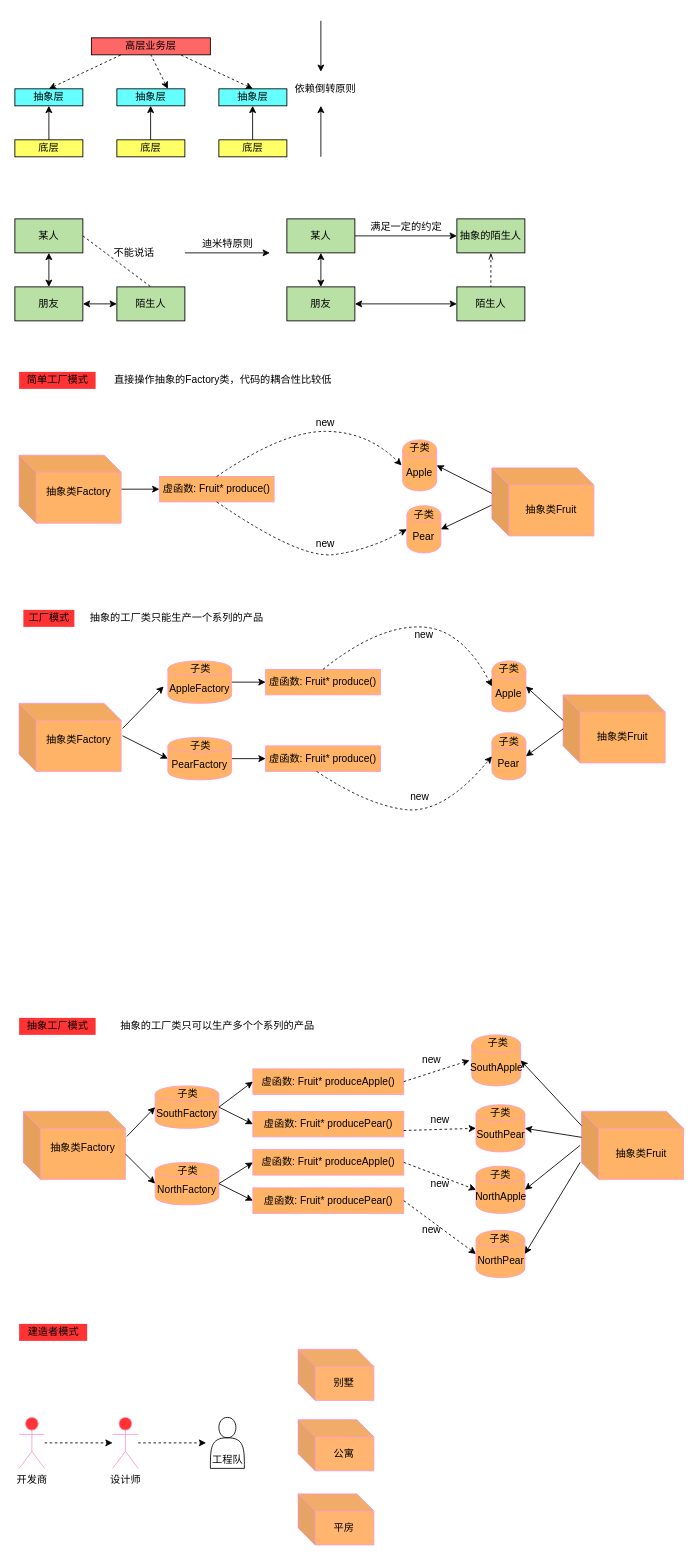
This is DesignPattern/设计模式.drawio from JohnJeep/Learning-CS-Journey, a draw.io file, before an edit. Source tidied: cells renumbered, new cells numbered last; positions are measured from the earlier drawing's top-left corner, leaving out a move shared by most shapes. Both pictures are drawn from the tidied source at 85%, with x=0, y=0 at pixel (14, 20).
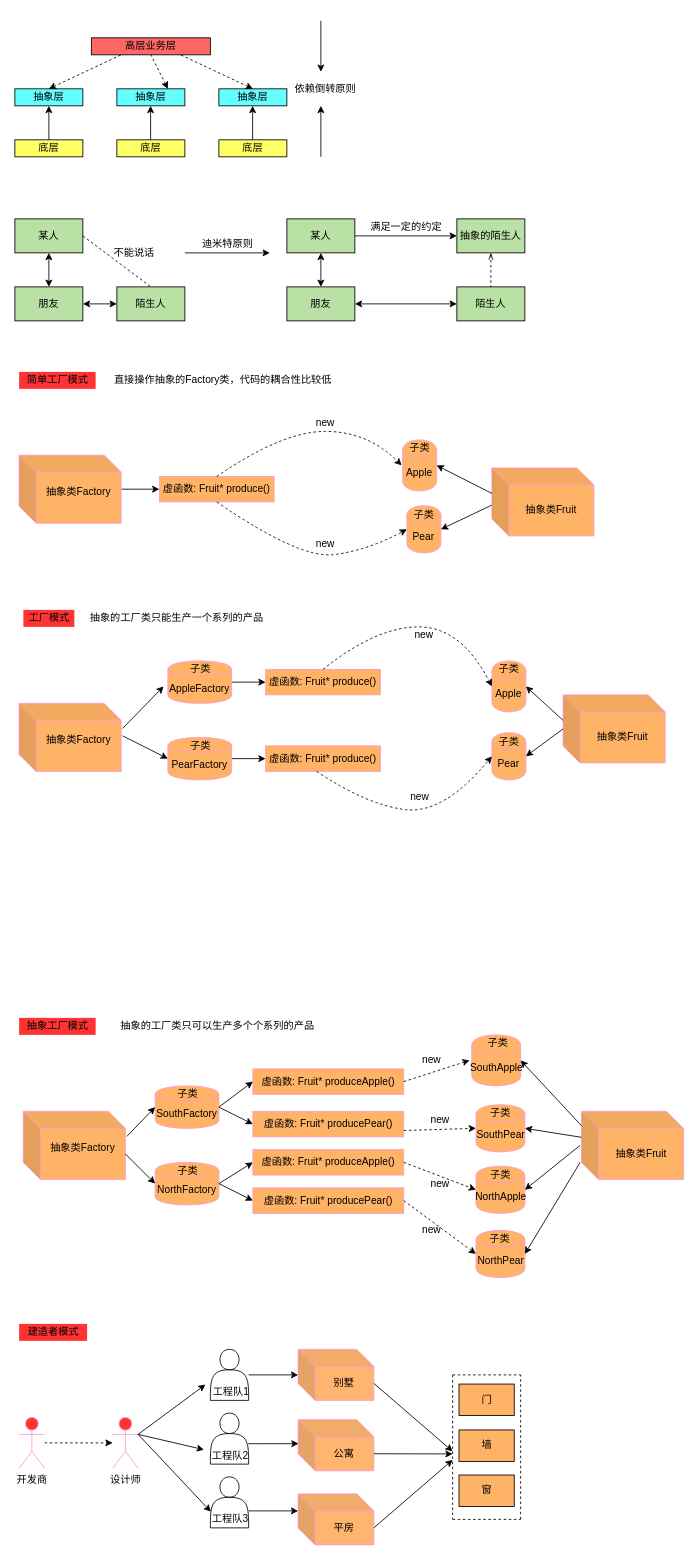
The same diagram, later.

The change refers to these unchanged cells:
```xml
<mxCell id="120" value="设计师" style="shape=umlActor;verticalLabelPosition=bottom;labelBackgroundColor=#ffffff;verticalAlign=top;html=1;outlineConnect=0;shadow=0;strokeColor=#FF99CC;fillColor=#FF3333;" parent="1" vertex="1">
  <mxGeometry x="115" y="1643" width="30" height="60" as="geometry" />
</mxCell>
<mxCell id="121" value="别墅" style="shape=cube;whiteSpace=wrap;html=1;boundedLbl=1;backgroundOutline=1;darkOpacity=0.05;darkOpacity2=0.1;shadow=0;strokeColor=#FF99CC;fillColor=#FFB570;" parent="1" vertex="1">
  <mxGeometry x="333.3" y="1563" width="89" height="60" as="geometry" />
</mxCell>
<mxCell id="124" value="平房" style="shape=cube;whiteSpace=wrap;html=1;boundedLbl=1;backgroundOutline=1;darkOpacity=0.05;darkOpacity2=0.1;shadow=0;strokeColor=#FF99CC;fillColor=#FFB570;" parent="1" vertex="1">
  <mxGeometry x="333.3" y="1733" width="89" height="60" as="geometry" />
</mxCell>
<mxCell id="125" value="公寓" style="shape=cube;whiteSpace=wrap;html=1;boundedLbl=1;backgroundOutline=1;darkOpacity=0.05;darkOpacity2=0.1;shadow=0;strokeColor=#FF99CC;fillColor=#FFB570;" parent="1" vertex="1">
  <mxGeometry x="333.3" y="1645.8" width="89" height="60" as="geometry" />
</mxCell>
```

The edit, as a diff of the source:
```diff
@@
-    <mxCell id="119" style="edgeStyle=orthogonalEdgeStyle;rounded=0;jettySize=auto;html=1;dashed=1;startArrow=none;startFill=0;endArrow=classic;endFill=1;" parent="1" edge="1" source="120">
-      <mxGeometry relative="1" as="geometry">
-        <mxPoint x="225" y="1673" as="targetPoint" />
-      </mxGeometry>
-    </mxCell>
@@
+    <mxCell id="126" style="edgeStyle=orthogonalEdgeStyle;rounded=0;jettySize=auto;html=1;" parent="1" edge="1" source="122" target="121">
+      <mxGeometry relative="1" as="geometry" />
+    </mxCell>
     <mxCell id="122" style="shape=actor;whiteSpace=wrap;html=1;shadow=0;strokeColor=#000000;fillColor=#FFFFFF;" parent="1" vertex="1">
-      <mxGeometry x="230" y="1643" width="40" height="60" as="geometry" />
+      <mxGeometry x="230" y="1563" width="45" height="60" as="geometry" />
     </mxCell>
-    <mxCell id="123" value="工程队" style="text;html=1;align=center;verticalAlign=middle;points=[];" parent="1" vertex="1">
-      <mxGeometry x="225" y="1683" width="50" height="20" as="geometry" />
+    <mxCell id="123" value="工程队1" style="text;html=1;align=center;verticalAlign=middle;points=[];" parent="1" vertex="1">
+      <mxGeometry x="223.5" y="1603" width="60" height="20" as="geometry" />
     </mxCell>
@@
+    <mxCell id="127" value="门" style="rounded=0;whiteSpace=wrap;html=1;fillColor=#FFB366;" parent="1" vertex="1">
+      <mxGeometry x="522.5" y="1603.8" width="65" height="37" as="geometry" />
+    </mxCell>
+    <mxCell id="128" value="墙" style="rounded=0;whiteSpace=wrap;html=1;fillColor=#FFB366;" parent="1" vertex="1">
+      <mxGeometry x="522.5" y="1657.8" width="65" height="37" as="geometry" />
+    </mxCell>
+    <mxCell id="129" value="窗" style="rounded=0;whiteSpace=wrap;html=1;fillColor=#FFB366;" parent="1" vertex="1">
+      <mxGeometry x="522.5" y="1710.8" width="65" height="37" as="geometry" />
+    </mxCell>
+    <mxCell id="130" style="endArrow=none;dashed=1;html=1;" parent="1" edge="1">
+      <mxGeometry relative="1" as="geometry">
+        <mxPoint x="515" y="1593" as="sourcePoint" />
+        <mxPoint x="515" y="1763" as="targetPoint" />
+        <Array as="points">
+          <mxPoint x="515" y="1673" />
+        </Array>
+      </mxGeometry>
+    </mxCell>
+    <mxCell id="131" style="endArrow=none;dashed=1;html=1;" parent="1" edge="1">
+      <mxGeometry relative="1" as="geometry">
+        <mxPoint x="515" y="1593" as="sourcePoint" />
+        <mxPoint x="595" y="1593" as="targetPoint" />
+        <Array as="points">
+          <mxPoint x="555" y="1593" />
+        </Array>
+      </mxGeometry>
+    </mxCell>
+    <mxCell id="132" style="endArrow=none;dashed=1;html=1;" parent="1" edge="1">
+      <mxGeometry relative="1" as="geometry">
+        <mxPoint x="595" y="1763" as="sourcePoint" />
+        <mxPoint x="595" y="1593" as="targetPoint" />
+      </mxGeometry>
+    </mxCell>
+    <mxCell id="133" style="endArrow=none;dashed=1;html=1;" parent="1" edge="1">
+      <mxGeometry relative="1" as="geometry">
+        <mxPoint x="515" y="1763" as="sourcePoint" />
+        <mxPoint x="595" y="1763" as="targetPoint" />
+      </mxGeometry>
+    </mxCell>
+    <mxCell id="134" style="endArrow=classic;html=1;exitX=0;exitY=0;exitDx=89;exitDy=40;exitPerimeter=0;" parent="1" edge="1" source="124">
+      <mxGeometry relative="1" as="geometry">
+        <mxPoint x="515" y="1693" as="targetPoint" />
+      </mxGeometry>
+    </mxCell>
+    <mxCell id="135" style="endArrow=classic;html=1;exitX=0;exitY=0;exitDx=89;exitDy=40;exitPerimeter=0;" parent="1" edge="1" source="125">
+      <mxGeometry relative="1" as="geometry">
+        <mxPoint x="515" y="1686" as="targetPoint" />
+      </mxGeometry>
+    </mxCell>
+    <mxCell id="136" style="endArrow=classic;html=1;exitX=0;exitY=0;exitDx=89;exitDy=40;exitPerimeter=0;" parent="1" edge="1" source="121">
+      <mxGeometry relative="1" as="geometry">
+        <mxPoint x="515" y="1683" as="targetPoint" />
+      </mxGeometry>
+    </mxCell>
+    <mxCell id="137" style="shape=actor;whiteSpace=wrap;html=1;shadow=0;strokeColor=#000000;fillColor=#FFFFFF;" parent="1" vertex="1">
+      <mxGeometry x="230" y="1638" width="45" height="60" as="geometry" />
+    </mxCell>
+    <mxCell id="138" value="工程队2" style="text;html=1;align=center;verticalAlign=middle;points=[];" parent="1" vertex="1">
+      <mxGeometry x="222.5" y="1678" width="60" height="20" as="geometry" />
+    </mxCell>
+    <mxCell id="139" style="shape=actor;whiteSpace=wrap;html=1;shadow=0;strokeColor=#000000;fillColor=#FFFFFF;" parent="1" vertex="1">
+      <mxGeometry x="230" y="1713" width="45" height="60" as="geometry" />
+    </mxCell>
+    <mxCell id="140" value="工程队3" style="text;html=1;align=center;verticalAlign=middle;points=[];" parent="1" vertex="1">
+      <mxGeometry x="222.5" y="1753" width="60" height="20" as="geometry" />
+    </mxCell>
+    <mxCell id="141" style="endArrow=classic;html=1;exitX=1;exitY=0.3333333333333333;exitDx=0;exitDy=0;exitPerimeter=0;entryX=0.012;entryY=0.07;entryDx=0;entryDy=0;entryPerimeter=0;" parent="1" edge="1" source="120" target="123">
+      <mxGeometry relative="1" as="geometry" />
+    </mxCell>
+    <mxCell id="142" style="endArrow=classic;html=1;" parent="1" edge="1" target="138">
+      <mxGeometry relative="1" as="geometry">
+        <mxPoint x="145" y="1663" as="sourcePoint" />
+      </mxGeometry>
+    </mxCell>
+    <mxCell id="143" style="endArrow=classic;html=1;entryX=0.135;entryY=0.05;entryDx=0;entryDy=0;entryPerimeter=0;" parent="1" edge="1" target="140">
+      <mxGeometry relative="1" as="geometry">
+        <mxPoint x="145" y="1663" as="sourcePoint" />
+      </mxGeometry>
+    </mxCell>
+    <mxCell id="144" style="endArrow=classic;html=1;exitX=0.868;exitY=-0.2;exitDx=0;exitDy=0;exitPerimeter=0;entryX=0.005;entryY=0.469;entryDx=0;entryDy=0;entryPerimeter=0;" parent="1" edge="1" source="138" target="125">
+      <mxGeometry relative="1" as="geometry" />
+    </mxCell>
+    <mxCell id="145" style="endArrow=classic;html=1;exitX=0.875;exitY=0;exitDx=0;exitDy=0;exitPerimeter=0;entryX=0;entryY=0;entryDx=0;entryDy=20;entryPerimeter=0;" parent="1" edge="1" source="140" target="124">
+      <mxGeometry relative="1" as="geometry" />
+    </mxCell>
```
